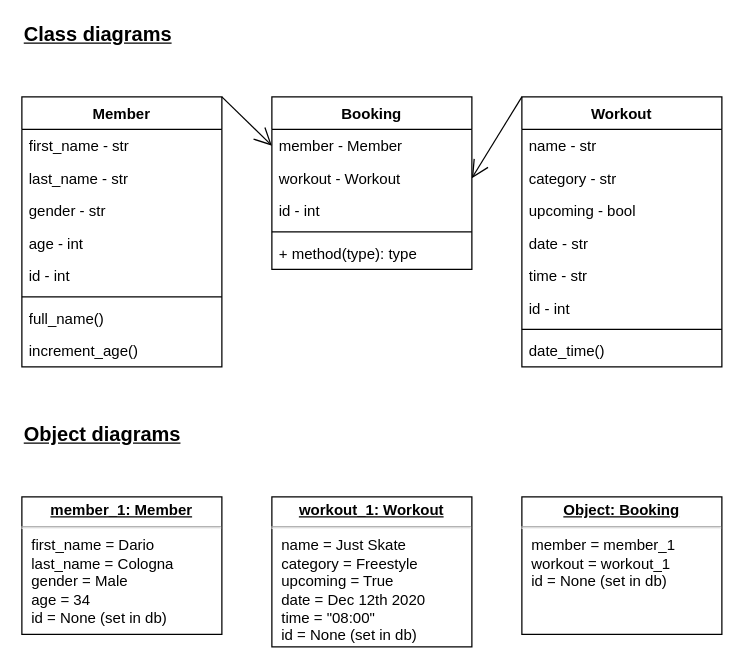
This is planning/classes.drawio from Stanhoucke/gym_web_app, a draw.io file, before an edit. Source tidied: cells renumbered, new cells numbered last; positions are measured from the earlier drawing's top-left corner, leaving out a move shared by most shapes. Both pictures are drawn from the tidied source at 125%, with x=0, y=0 at pixel (21, 21).
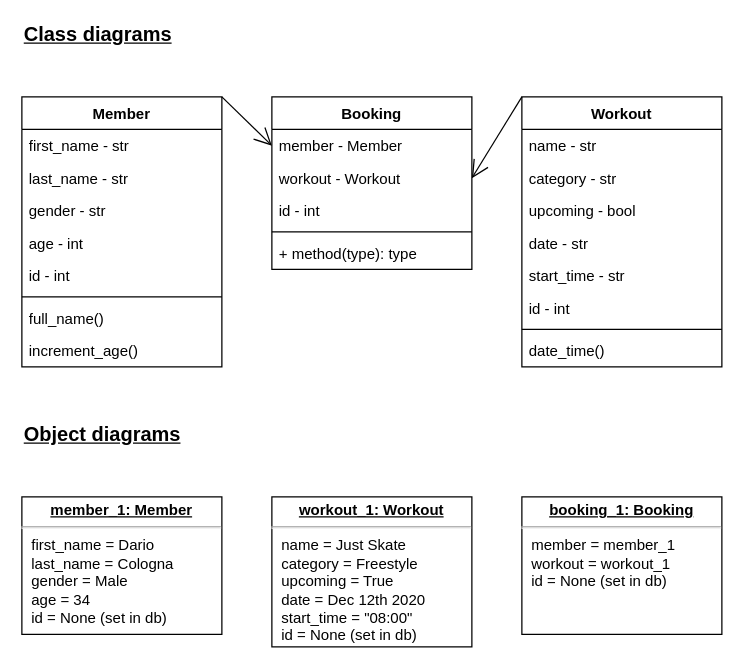
After the change.

Commit message (it also covers changes not shown here):
passed class tests for workout

Unchanged cells that the change refers to:
```xml
<mxCell id="11" value="Workout" style="swimlane;fontStyle=1;align=center;verticalAlign=top;horizontal=1;startSize=26;" parent="1" vertex="1">
  <mxGeometry x="400" y="60" width="160" height="216" as="geometry" />
</mxCell>
```

What changed in the source:
```diff
@@
-    <mxCell id="16" value="time - str" style="text;strokeColor=none;fillColor=none;align=left;verticalAlign=top;spacingLeft=4;spacingRight=4;overflow=hidden;" parent="11" vertex="1">
+    <mxCell id="16" value="start_time - str" style="text;strokeColor=none;fillColor=none;align=left;verticalAlign=top;spacingLeft=4;spacingRight=4;overflow=hidden;" parent="11" vertex="1">
       <mxGeometry y="130" width="160" height="26" as="geometry" />
     </mxCell>
@@
-    <mxCell id="31" value="&lt;p style=&quot;margin: 0px ; margin-top: 4px ; text-align: center ; text-decoration: underline&quot;&gt;&lt;b&gt;workout_1: Workout&lt;/b&gt;&lt;/p&gt;&lt;hr&gt;&lt;p style=&quot;margin: 0px ; margin-left: 8px&quot;&gt;name = Just Skate&lt;/p&gt;&lt;p style=&quot;margin: 0px ; margin-left: 8px&quot;&gt;category = Freestyle&lt;/p&gt;&lt;p style=&quot;margin: 0px ; margin-left: 8px&quot;&gt;upcoming = True&lt;br&gt;date = Dec 12th 2020&lt;br&gt;time = &quot;08:00&quot;&lt;/p&gt;&lt;p style=&quot;margin: 0px ; margin-left: 8px&quot;&gt;id = None (set in db)&lt;/p&gt;" style="verticalAlign=top;align=left;overflow=fill;fontSize=12;fontFamily=Helvetica;html=1;" parent="1" vertex="1">
+    <mxCell id="31" value="&lt;p style=&quot;margin: 0px ; margin-top: 4px ; text-align: center ; text-decoration: underline&quot;&gt;&lt;b&gt;workout_1: Workout&lt;/b&gt;&lt;/p&gt;&lt;hr&gt;&lt;p style=&quot;margin: 0px ; margin-left: 8px&quot;&gt;name = Just Skate&lt;/p&gt;&lt;p style=&quot;margin: 0px ; margin-left: 8px&quot;&gt;category = Freestyle&lt;/p&gt;&lt;p style=&quot;margin: 0px ; margin-left: 8px&quot;&gt;upcoming = True&lt;br&gt;date = Dec 12th 2020&lt;br&gt;start_time = &quot;08:00&quot;&lt;/p&gt;&lt;p style=&quot;margin: 0px ; margin-left: 8px&quot;&gt;id = None (set in db)&lt;/p&gt;" style="verticalAlign=top;align=left;overflow=fill;fontSize=12;fontFamily=Helvetica;html=1;" parent="1" vertex="1">
       <mxGeometry x="200" y="380" width="160" height="120" as="geometry" />
     </mxCell>
-    <mxCell id="32" value="&lt;p style=&quot;margin: 0px ; margin-top: 4px ; text-align: center ; text-decoration: underline&quot;&gt;&lt;b&gt;Object: Booking&lt;/b&gt;&lt;/p&gt;&lt;hr&gt;&lt;p style=&quot;margin: 0px ; margin-left: 8px&quot;&gt;member = member_1&lt;/p&gt;&lt;p style=&quot;margin: 0px ; margin-left: 8px&quot;&gt;workout = workout_1&lt;br&gt;&lt;/p&gt;&lt;p style=&quot;margin: 0px ; margin-left: 8px&quot;&gt;id = None (set in db)&lt;/p&gt;" style="verticalAlign=top;align=left;overflow=fill;fontSize=12;fontFamily=Helvetica;html=1;" parent="1" vertex="1">
+    <mxCell id="32" value="&lt;p style=&quot;margin: 0px ; margin-top: 4px ; text-align: center ; text-decoration: underline&quot;&gt;&lt;b&gt;booking_1: Booking&lt;/b&gt;&lt;/p&gt;&lt;hr&gt;&lt;p style=&quot;margin: 0px ; margin-left: 8px&quot;&gt;member = member_1&lt;/p&gt;&lt;p style=&quot;margin: 0px ; margin-left: 8px&quot;&gt;workout = workout_1&lt;br&gt;&lt;/p&gt;&lt;p style=&quot;margin: 0px ; margin-left: 8px&quot;&gt;id = None (set in db)&lt;/p&gt;" style="verticalAlign=top;align=left;overflow=fill;fontSize=12;fontFamily=Helvetica;html=1;" parent="1" vertex="1">
       <mxGeometry x="400" y="380" width="160" height="110" as="geometry" />
     </mxCell>
```
